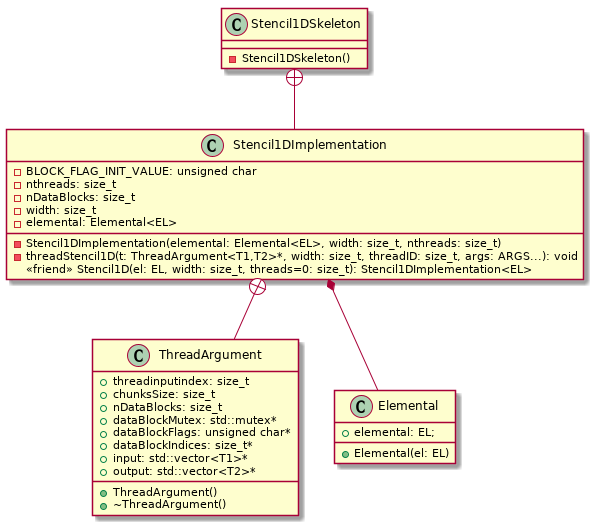
Earlier version of the PlantUML export ed/stencil/uml/stencil1d.png (shengsli/shengsli.github.io). Source of this version:
```plantuml
@startuml
class Stencil1DSkeleton {
- Stencil1DSkeleton()
}
class Stencil1DImplementation {
- BLOCK_FLAG_INIT_VALUE: unsigned char
- nthreads: size_t
- nDataBlocks: size_t
- width: size_t
- elemental: Elemental<EL>
- Stencil1DImplementation(elemental: Elemental<EL>, width: size_t, nthreads: size_t)
- threadStencil1D(t: ThreadArgument<T1,T2>*, width: size_t, threadID: size_t, args: ARGS...): void
<<friend>> Stencil1D(el: EL, width: size_t, threads=0: size_t): Stencil1DImplementation<EL>
}
class ThreadArgument {
+ threadinputindex: size_t
+ chunksSize: size_t
+ nDataBlocks: size_t
+ dataBlockMutex: std::mutex*
+ dataBlockFlags: unsigned char*
+ dataBlockIndices: size_t*
+ input: std::vector<T1>*
+ output: std::vector<T2>*
+ ThreadArgument()
+ ~ThreadArgument()
}
class Elemental {
+ elemental: EL;
+ Elemental(el: EL)
}
Stencil1DSkeleton +-- Stencil1DImplementation
Stencil1DImplementation *-- Elemental
Stencil1DImplementation +-- ThreadArgument
@enduml
```
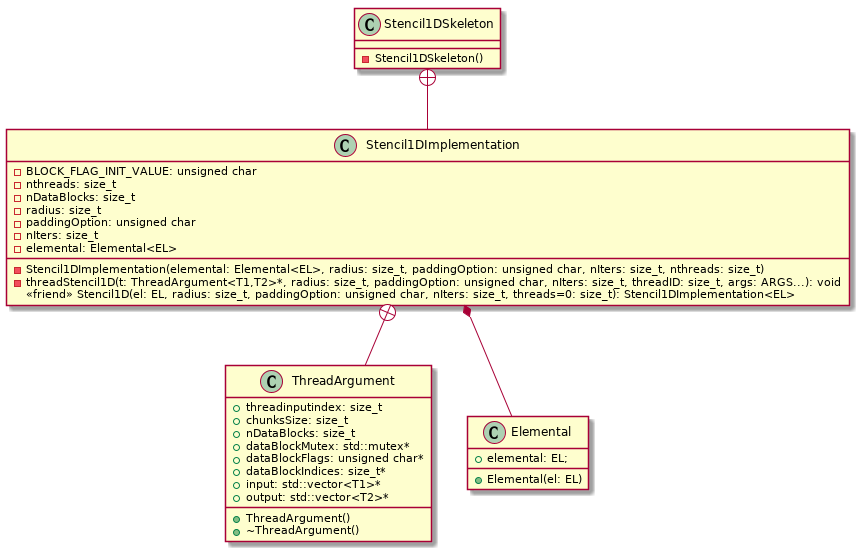
Above is the later version.

Diff of the diagram source:
```diff
@@ -6,11 +6,13 @@
 - BLOCK_FLAG_INIT_VALUE: unsigned char
 - nthreads: size_t
 - nDataBlocks: size_t
-- width: size_t
+- radius: size_t
+- paddingOption: unsigned char
+- nIters: size_t
 - elemental: Elemental<EL>
-- Stencil1DImplementation(elemental: Elemental<EL>, width: size_t, nthreads: size_t)
-- threadStencil1D(t: ThreadArgument<T1,T2>*, width: size_t, threadID: size_t, args: ARGS...): void
-<<friend>> Stencil1D(el: EL, width: size_t, threads=0: size_t): Stencil1DImplementation<EL>
+- Stencil1DImplementation(elemental: Elemental<EL>, radius: size_t, paddingOption: unsigned char, nIters: size_t, nthreads: size_t)
+- threadStencil1D(t: ThreadArgument<T1,T2>*, radius: size_t, paddingOption: unsigned char, nIters: size_t, threadID: size_t, args: ARGS...): void
+<<friend>> Stencil1D(el: EL, radius: size_t, paddingOption: unsigned char, nIters: size_t, threads=0: size_t): Stencil1DImplementation<EL>
 }
 class ThreadArgument {
 + threadinputindex: size_t
```
